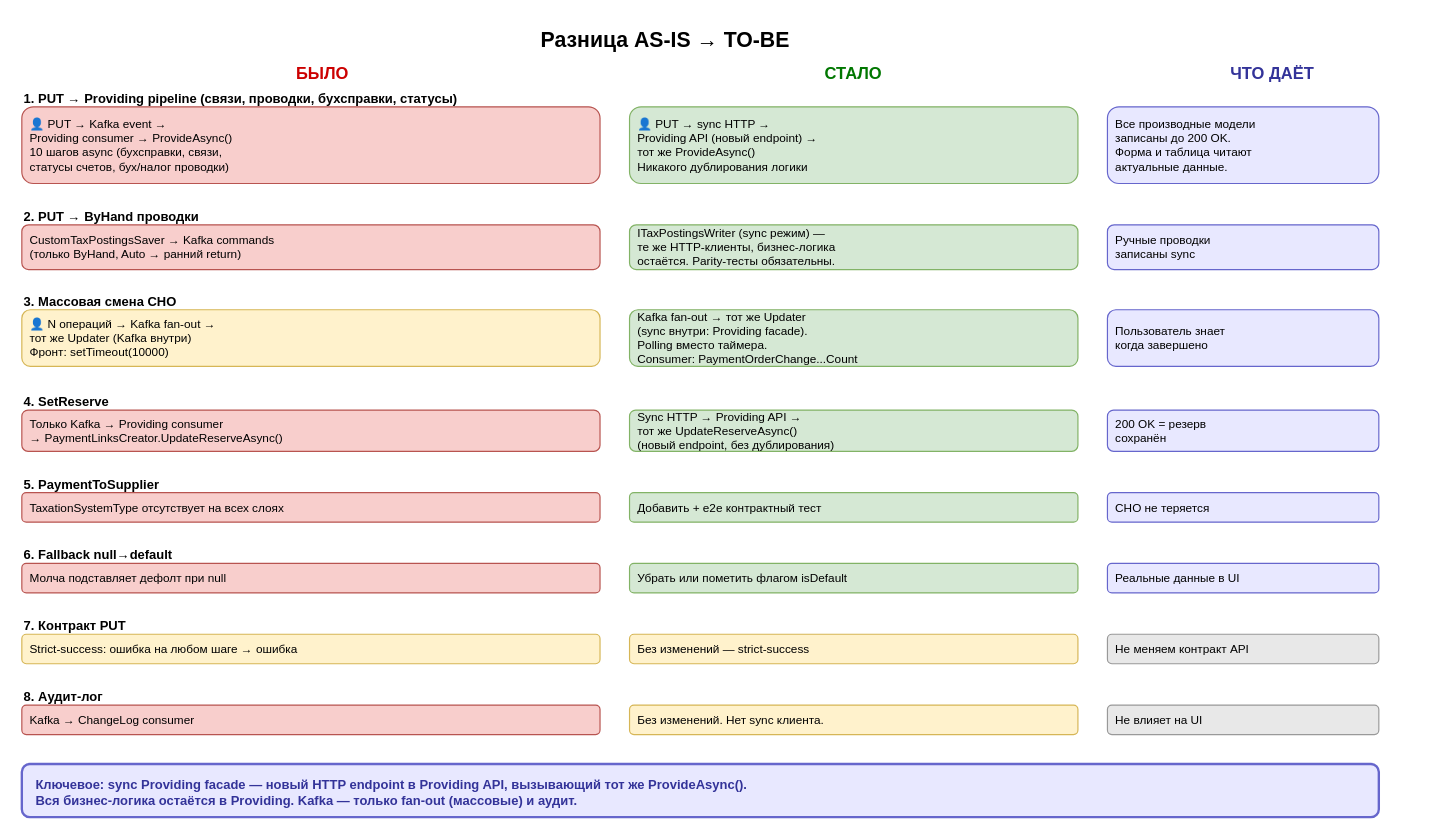
Earlier version of the draw.io diagram page "3. Разница" (3 of 3) of plan/plan-diagrams.drawio (lyrastra/TS-185695). Source tidied: cells renumbered, new cells numbered last; positions are measured from the earlier drawing's top-left corner, leaving out a move shared by most shapes. Both pictures are drawn from the tidied source at 118%, with x=0, y=0 at pixel (21, 20).
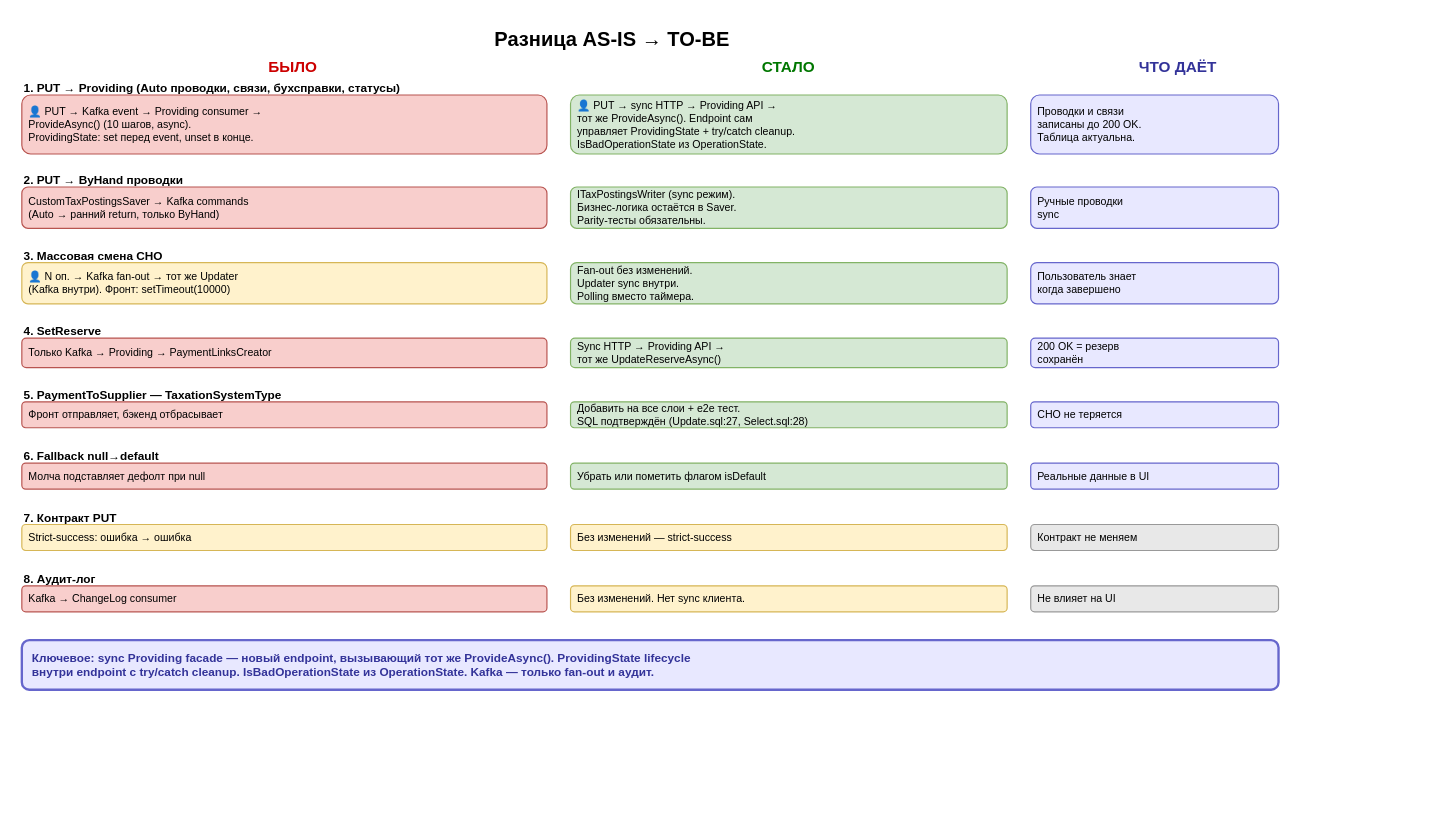
The same page after the edit.

Diff of the diagram source:
```diff
@@
-    <mxCell id="2" value="Разница AS-IS → TO-BE" style="text;html=1;align=center;fontSize=18;fontStyle=1;" parent="1" vertex="1">
-      <mxGeometry x="345" width="400" height="25" as="geometry" />
+    <mxCell id="2" value="Разница AS-IS → TO-BE" style="text;html=1;align=center;fontSize=17;fontStyle=1;" parent="1" vertex="1">
+      <mxGeometry x="325" width="350" height="22" as="geometry" />
     </mxCell>
-    <mxCell id="3" value="БЫЛО" style="text;align=center;fontSize=14;fontStyle=1;fontColor=#CC0000;" parent="1" vertex="1">
-      <mxGeometry x="25" y="30" width="460" height="18" as="geometry" />
+    <mxCell id="3" value="БЫЛО" style="text;align=center;fontSize=13;fontStyle=1;fontColor=#CC0000;" parent="1" vertex="1">
+      <mxGeometry x="15" y="25" width="430" height="16" as="geometry" />
     </mxCell>
-    <mxCell id="4" value="СТАЛО" style="text;align=center;fontSize=14;fontStyle=1;fontColor=#007700;" parent="1" vertex="1">
-      <mxGeometry x="525" y="30" width="360" height="18" as="geometry" />
+    <mxCell id="4" value="СТАЛО" style="text;align=center;fontSize=13;fontStyle=1;fontColor=#007700;" parent="1" vertex="1">
+      <mxGeometry x="475" y="25" width="350" height="16" as="geometry" />
     </mxCell>
-    <mxCell id="5" value="ЧТО ДАЁТ" style="text;align=center;fontSize=14;fontStyle=1;fontColor=#333399;" parent="1" vertex="1">
-      <mxGeometry x="935" y="30" width="250" height="18" as="geometry" />
+    <mxCell id="5" value="ЧТО ДАЁТ" style="text;align=center;fontSize=13;fontStyle=1;fontColor=#333399;" parent="1" vertex="1">
+      <mxGeometry x="865" y="25" width="230" height="16" as="geometry" />
     </mxCell>
-    <mxCell id="6" value="1. PUT → Providing pipeline (связи, проводки, бухсправки, статусы)" style="text;align=left;fontSize=11;fontStyle=1;" parent="1" vertex="1">
-      <mxGeometry y="53" width="500" height="16" as="geometry" />
+    <mxCell id="6" value="1. PUT → Providing (Auto проводки, связи, бухсправки, статусы)" style="text;align=left;fontSize=10;fontStyle=1;" parent="1" vertex="1">
+      <mxGeometry y="45" width="460" height="14" as="geometry" />
     </mxCell>
-    <mxCell id="7" value="👤 PUT → Kafka event →&#10;Providing consumer → ProvideAsync()&#10;10 шагов async (бухсправки, связи,&#10;статусы счетов, бух/налог проводки)" style="rounded=1;fillColor=#f8cecc;strokeColor=#b85450;fontSize=10;align=left;spacingLeft=5;" parent="1" vertex="1">
-      <mxGeometry y="73" width="490" height="65" as="geometry" />
+    <mxCell id="7" value="👤 PUT → Kafka event → Providing consumer →&#10;ProvideAsync() (10 шагов, async).&#10;ProvidingState: set перед event, unset в конце." style="rounded=1;fillColor=#f8cecc;strokeColor=#b85450;fontSize=9;align=left;spacingLeft=4;" parent="1" vertex="1">
+      <mxGeometry y="63" width="445" height="50" as="geometry" />
     </mxCell>
-    <mxCell id="8" value="👤 PUT → sync HTTP →&#10;Providing API (новый endpoint) →&#10;тот же ProvideAsync()&#10;Никакого дублирования логики" style="rounded=1;fillColor=#d5e8d4;strokeColor=#82b366;fontSize=10;align=left;spacingLeft=5;" parent="1" vertex="1">
-      <mxGeometry x="515" y="73" width="380" height="65" as="geometry" />
+    <mxCell id="8" value="👤 PUT → sync HTTP → Providing API →&#10;тот же ProvideAsync(). Endpoint сам&#10;управляет ProvidingState + try/catch cleanup.&#10;IsBadOperationState из OperationState." style="rounded=1;fillColor=#d5e8d4;strokeColor=#82b366;fontSize=9;align=left;spacingLeft=4;" parent="1" vertex="1">
+      <mxGeometry x="465" y="63" width="370" height="50" as="geometry" />
     </mxCell>
-    <mxCell id="9" value="Все производные модели&#10;записаны до 200 OK.&#10;Форма и таблица читают&#10;актуальные данные." style="rounded=1;fillColor=#E8E8FF;strokeColor=#6666CC;fontSize=10;align=left;spacingLeft=5;" parent="1" vertex="1">
-      <mxGeometry x="920" y="73" width="230" height="65" as="geometry" />
+    <mxCell id="9" value="Проводки и связи&#10;записаны до 200 OK.&#10;Таблица актуальна." style="rounded=1;fillColor=#E8E8FF;strokeColor=#6666CC;fontSize=9;align=left;spacingLeft=4;" parent="1" vertex="1">
+      <mxGeometry x="855" y="63" width="210" height="50" as="geometry" />
     </mxCell>
-    <mxCell id="10" value="2. PUT → ByHand проводки" style="text;align=left;fontSize=11;fontStyle=1;" parent="1" vertex="1">
-      <mxGeometry y="153" width="300" height="16" as="geometry" />
+    <mxCell id="10" value="2. PUT → ByHand проводки" style="text;align=left;fontSize=10;fontStyle=1;" parent="1" vertex="1">
+      <mxGeometry y="123" width="300" height="14" as="geometry" />
     </mxCell>
-    <mxCell id="11" value="CustomTaxPostingsSaver → Kafka commands&#10;(только ByHand, Auto → ранний return)" style="rounded=1;fillColor=#f8cecc;strokeColor=#b85450;fontSize=10;align=left;spacingLeft=5;" parent="1" vertex="1">
-      <mxGeometry y="173" width="490" height="38" as="geometry" />
+    <mxCell id="11" value="CustomTaxPostingsSaver → Kafka commands&#10;(Auto → ранний return, только ByHand)" style="rounded=1;fillColor=#f8cecc;strokeColor=#b85450;fontSize=9;align=left;spacingLeft=4;" parent="1" vertex="1">
+      <mxGeometry y="141" width="445" height="35" as="geometry" />
     </mxCell>
-    <mxCell id="12" value="ITaxPostingsWriter (sync режим) —&#10;те же HTTP-клиенты, бизнес-логика&#10;остаётся. Parity-тесты обязательны." style="rounded=1;fillColor=#d5e8d4;strokeColor=#82b366;fontSize=10;align=left;spacingLeft=5;" parent="1" vertex="1">
-      <mxGeometry x="515" y="173" width="380" height="38" as="geometry" />
+    <mxCell id="12" value="ITaxPostingsWriter (sync режим).&#10;Бизнес-логика остаётся в Saver.&#10;Parity-тесты обязательны." style="rounded=1;fillColor=#d5e8d4;strokeColor=#82b366;fontSize=9;align=left;spacingLeft=4;" parent="1" vertex="1">
+      <mxGeometry x="465" y="141" width="370" height="35" as="geometry" />
     </mxCell>
-    <mxCell id="13" value="Ручные проводки&#10;записаны sync" style="rounded=1;fillColor=#E8E8FF;strokeColor=#6666CC;fontSize=10;align=left;spacingLeft=5;" parent="1" vertex="1">
-      <mxGeometry x="920" y="173" width="230" height="38" as="geometry" />
+    <mxCell id="13" value="Ручные проводки&#10;sync" style="rounded=1;fillColor=#E8E8FF;strokeColor=#6666CC;fontSize=9;align=left;spacingLeft=4;" parent="1" vertex="1">
+      <mxGeometry x="855" y="141" width="210" height="35" as="geometry" />
     </mxCell>
-    <mxCell id="14" value="3. Массовая смена СНО" style="text;align=left;fontSize=11;fontStyle=1;" parent="1" vertex="1">
-      <mxGeometry y="225" width="300" height="16" as="geometry" />
+    <mxCell id="14" value="3. Массовая смена СНО" style="text;align=left;fontSize=10;fontStyle=1;" parent="1" vertex="1">
+      <mxGeometry y="187" width="300" height="14" as="geometry" />
     </mxCell>
-    <mxCell id="15" value="👤 N операций → Kafka fan-out →&#10;тот же Updater (Kafka внутри)&#10;Фронт: setTimeout(10000)" style="rounded=1;fillColor=#fff2cc;strokeColor=#d6b656;fontSize=10;align=left;spacingLeft=5;" parent="1" vertex="1">
-      <mxGeometry y="245" width="490" height="48" as="geometry" />
+    <mxCell id="15" value="👤 N оп. → Kafka fan-out → тот же Updater&#10;(Kafka внутри). Фронт: setTimeout(10000)" style="rounded=1;fillColor=#fff2cc;strokeColor=#d6b656;fontSize=9;align=left;spacingLeft=4;" parent="1" vertex="1">
+      <mxGeometry y="205" width="445" height="35" as="geometry" />
     </mxCell>
-    <mxCell id="16" value="Kafka fan-out → тот же Updater&#10;(sync внутри: Providing facade).&#10;Polling вместо таймера.&#10;Consumer: PaymentOrderChange...Count" style="rounded=1;fillColor=#d5e8d4;strokeColor=#82b366;fontSize=10;align=left;spacingLeft=5;" parent="1" vertex="1">
-      <mxGeometry x="515" y="245" width="380" height="48" as="geometry" />
+    <mxCell id="16" value="Fan-out без изменений.&#10;Updater sync внутри.&#10;Polling вместо таймера." style="rounded=1;fillColor=#d5e8d4;strokeColor=#82b366;fontSize=9;align=left;spacingLeft=4;" parent="1" vertex="1">
+      <mxGeometry x="465" y="205" width="370" height="35" as="geometry" />
     </mxCell>
-    <mxCell id="17" value="Пользователь знает&#10;когда завершено" style="rounded=1;fillColor=#E8E8FF;strokeColor=#6666CC;fontSize=10;align=left;spacingLeft=5;" parent="1" vertex="1">
-      <mxGeometry x="920" y="245" width="230" height="48" as="geometry" />
+    <mxCell id="17" value="Пользователь знает&#10;когда завершено" style="rounded=1;fillColor=#E8E8FF;strokeColor=#6666CC;fontSize=9;align=left;spacingLeft=4;" parent="1" vertex="1">
+      <mxGeometry x="855" y="205" width="210" height="35" as="geometry" />
     </mxCell>
-    <mxCell id="18" value="4. SetReserve" style="text;align=left;fontSize=11;fontStyle=1;" parent="1" vertex="1">
-      <mxGeometry y="310" width="300" height="16" as="geometry" />
+    <mxCell id="18" value="4. SetReserve" style="text;align=left;fontSize=10;fontStyle=1;" parent="1" vertex="1">
+      <mxGeometry y="251" width="300" height="14" as="geometry" />
     </mxCell>
-    <mxCell id="19" value="Только Kafka → Providing consumer&#10;→ PaymentLinksCreator.UpdateReserveAsync()" style="rounded=1;fillColor=#f8cecc;strokeColor=#b85450;fontSize=10;align=left;spacingLeft=5;" parent="1" vertex="1">
-      <mxGeometry y="330" width="490" height="35" as="geometry" />
+    <mxCell id="19" value="Только Kafka → Providing → PaymentLinksCreator" style="rounded=1;fillColor=#f8cecc;strokeColor=#b85450;fontSize=9;align=left;spacingLeft=4;" parent="1" vertex="1">
+      <mxGeometry y="269" width="445" height="25" as="geometry" />
     </mxCell>
-    <mxCell id="20" value="Sync HTTP → Providing API →&#10;тот же UpdateReserveAsync()&#10;(новый endpoint, без дублирования)" style="rounded=1;fillColor=#d5e8d4;strokeColor=#82b366;fontSize=10;align=left;spacingLeft=5;" parent="1" vertex="1">
-      <mxGeometry x="515" y="330" width="380" height="35" as="geometry" />
+    <mxCell id="20" value="Sync HTTP → Providing API →&#10;тот же UpdateReserveAsync()" style="rounded=1;fillColor=#d5e8d4;strokeColor=#82b366;fontSize=9;align=left;spacingLeft=4;" parent="1" vertex="1">
+      <mxGeometry x="465" y="269" width="370" height="25" as="geometry" />
     </mxCell>
-    <mxCell id="21" value="200 OK = резерв&#10;сохранён" style="rounded=1;fillColor=#E8E8FF;strokeColor=#6666CC;fontSize=10;align=left;spacingLeft=5;" parent="1" vertex="1">
-      <mxGeometry x="920" y="330" width="230" height="35" as="geometry" />
+    <mxCell id="21" value="200 OK = резерв&#10;сохранён" style="rounded=1;fillColor=#E8E8FF;strokeColor=#6666CC;fontSize=9;align=left;spacingLeft=4;" parent="1" vertex="1">
+      <mxGeometry x="855" y="269" width="210" height="25" as="geometry" />
     </mxCell>
-    <mxCell id="22" value="5. PaymentToSupplier" style="text;align=left;fontSize=11;fontStyle=1;" parent="1" vertex="1">
-      <mxGeometry y="380" width="300" height="16" as="geometry" />
+    <mxCell id="22" value="5. PaymentToSupplier — TaxationSystemType" style="text;align=left;fontSize=10;fontStyle=1;" parent="1" vertex="1">
+      <mxGeometry y="305" width="350" height="14" as="geometry" />
     </mxCell>
-    <mxCell id="23" value="TaxationSystemType отсутствует на всех слоях" style="rounded=1;fillColor=#f8cecc;strokeColor=#b85450;fontSize=10;align=left;spacingLeft=5;" parent="1" vertex="1">
-      <mxGeometry y="400" width="490" height="25" as="geometry" />
+    <mxCell id="23" value="Фронт отправляет, бэкенд отбрасывает" style="rounded=1;fillColor=#f8cecc;strokeColor=#b85450;fontSize=9;align=left;spacingLeft=4;" parent="1" vertex="1">
+      <mxGeometry y="323" width="445" height="22" as="geometry" />
     </mxCell>
-    <mxCell id="24" value="Добавить + e2e контрактный тест" style="rounded=1;fillColor=#d5e8d4;strokeColor=#82b366;fontSize=10;align=left;spacingLeft=5;" parent="1" vertex="1">
-      <mxGeometry x="515" y="400" width="380" height="25" as="geometry" />
+    <mxCell id="24" value="Добавить на все слои + e2e тест.&#10;SQL подтверждён (Update.sql:27, Select.sql:28)" style="rounded=1;fillColor=#d5e8d4;strokeColor=#82b366;fontSize=9;align=left;spacingLeft=4;" parent="1" vertex="1">
+      <mxGeometry x="465" y="323" width="370" height="22" as="geometry" />
     </mxCell>
-    <mxCell id="25" value="СНО не теряется" style="rounded=1;fillColor=#E8E8FF;strokeColor=#6666CC;fontSize=10;align=left;spacingLeft=5;" parent="1" vertex="1">
-      <mxGeometry x="920" y="400" width="230" height="25" as="geometry" />
+    <mxCell id="25" value="СНО не теряется" style="rounded=1;fillColor=#E8E8FF;strokeColor=#6666CC;fontSize=9;align=left;spacingLeft=4;" parent="1" vertex="1">
+      <mxGeometry x="855" y="323" width="210" height="22" as="geometry" />
     </mxCell>
-    <mxCell id="26" value="6. Fallback null→default" style="text;align=left;fontSize=11;fontStyle=1;" parent="1" vertex="1">
-      <mxGeometry y="440" width="300" height="16" as="geometry" />
+    <mxCell id="26" value="6. Fallback null→default" style="text;align=left;fontSize=10;fontStyle=1;" parent="1" vertex="1">
+      <mxGeometry y="357" width="300" height="14" as="geometry" />
     </mxCell>
-    <mxCell id="27" value="Молча подставляет дефолт при null" style="rounded=1;fillColor=#f8cecc;strokeColor=#b85450;fontSize=10;align=left;spacingLeft=5;" parent="1" vertex="1">
-      <mxGeometry y="460" width="490" height="25" as="geometry" />
+    <mxCell id="27" value="Молча подставляет дефолт при null" style="rounded=1;fillColor=#f8cecc;strokeColor=#b85450;fontSize=9;align=left;spacingLeft=4;" parent="1" vertex="1">
+      <mxGeometry y="375" width="445" height="22" as="geometry" />
     </mxCell>
-    <mxCell id="28" value="Убрать или пометить флагом isDefault" style="rounded=1;fillColor=#d5e8d4;strokeColor=#82b366;fontSize=10;align=left;spacingLeft=5;" parent="1" vertex="1">
-      <mxGeometry x="515" y="460" width="380" height="25" as="geometry" />
+    <mxCell id="28" value="Убрать или пометить флагом isDefault" style="rounded=1;fillColor=#d5e8d4;strokeColor=#82b366;fontSize=9;align=left;spacingLeft=4;" parent="1" vertex="1">
+      <mxGeometry x="465" y="375" width="370" height="22" as="geometry" />
     </mxCell>
-    <mxCell id="29" value="Реальные данные в UI" style="rounded=1;fillColor=#E8E8FF;strokeColor=#6666CC;fontSize=10;align=left;spacingLeft=5;" parent="1" vertex="1">
-      <mxGeometry x="920" y="460" width="230" height="25" as="geometry" />
+    <mxCell id="29" value="Реальные данные в UI" style="rounded=1;fillColor=#E8E8FF;strokeColor=#6666CC;fontSize=9;align=left;spacingLeft=4;" parent="1" vertex="1">
+      <mxGeometry x="855" y="375" width="210" height="22" as="geometry" />
     </mxCell>
-    <mxCell id="30" value="7. Контракт PUT" style="text;align=left;fontSize=11;fontStyle=1;" parent="1" vertex="1">
-      <mxGeometry y="500" width="300" height="16" as="geometry" />
+    <mxCell id="30" value="7. Контракт PUT" style="text;align=left;fontSize=10;fontStyle=1;" parent="1" vertex="1">
+      <mxGeometry y="409" width="300" height="14" as="geometry" />
     </mxCell>
-    <mxCell id="31" value="Strict-success: ошибка на любом шаге → ошибка" style="rounded=1;fillColor=#fff2cc;strokeColor=#d6b656;fontSize=10;align=left;spacingLeft=5;" parent="1" vertex="1">
-      <mxGeometry y="520" width="490" height="25" as="geometry" />
+    <mxCell id="31" value="Strict-success: ошибка → ошибка" style="rounded=1;fillColor=#fff2cc;strokeColor=#d6b656;fontSize=9;align=left;spacingLeft=4;" parent="1" vertex="1">
+      <mxGeometry y="427" width="445" height="22" as="geometry" />
     </mxCell>
-    <mxCell id="32" value="Без изменений — strict-success" style="rounded=1;fillColor=#fff2cc;strokeColor=#d6b656;fontSize=10;align=left;spacingLeft=5;" parent="1" vertex="1">
-      <mxGeometry x="515" y="520" width="380" height="25" as="geometry" />
+    <mxCell id="32" value="Без изменений — strict-success" style="rounded=1;fillColor=#fff2cc;strokeColor=#d6b656;fontSize=9;align=left;spacingLeft=4;" parent="1" vertex="1">
+      <mxGeometry x="465" y="427" width="370" height="22" as="geometry" />
     </mxCell>
-    <mxCell id="33" value="Не меняем контракт API" style="rounded=1;fillColor=#E8E8E8;strokeColor=#999;fontSize=10;align=left;spacingLeft=5;" parent="1" vertex="1">
-      <mxGeometry x="920" y="520" width="230" height="25" as="geometry" />
+    <mxCell id="33" value="Контракт не меняем" style="rounded=1;fillColor=#E8E8E8;strokeColor=#999;fontSize=9;align=left;spacingLeft=4;" parent="1" vertex="1">
+      <mxGeometry x="855" y="427" width="210" height="22" as="geometry" />
     </mxCell>
-    <mxCell id="34" value="8. Аудит-лог" style="text;align=left;fontSize=11;fontStyle=1;" parent="1" vertex="1">
-      <mxGeometry y="560" width="300" height="16" as="geometry" />
+    <mxCell id="34" value="8. Аудит-лог" style="text;align=left;fontSize=10;fontStyle=1;" parent="1" vertex="1">
+      <mxGeometry y="461" width="300" height="14" as="geometry" />
     </mxCell>
-    <mxCell id="35" value="Kafka → ChangeLog consumer" style="rounded=1;fillColor=#f8cecc;strokeColor=#b85450;fontSize=10;align=left;spacingLeft=5;" parent="1" vertex="1">
-      <mxGeometry y="580" width="490" height="25" as="geometry" />
+    <mxCell id="35" value="Kafka → ChangeLog consumer" style="rounded=1;fillColor=#f8cecc;strokeColor=#b85450;fontSize=9;align=left;spacingLeft=4;" parent="1" vertex="1">
+      <mxGeometry y="479" width="445" height="22" as="geometry" />
     </mxCell>
-    <mxCell id="36" value="Без изменений. Нет sync клиента." style="rounded=1;fillColor=#fff2cc;strokeColor=#d6b656;fontSize=10;align=left;spacingLeft=5;" parent="1" vertex="1">
-      <mxGeometry x="515" y="580" width="380" height="25" as="geometry" />
+    <mxCell id="36" value="Без изменений. Нет sync клиента." style="rounded=1;fillColor=#fff2cc;strokeColor=#d6b656;fontSize=9;align=left;spacingLeft=4;" parent="1" vertex="1">
+      <mxGeometry x="465" y="479" width="370" height="22" as="geometry" />
     </mxCell>
-    <mxCell id="37" value="Не влияет на UI" style="rounded=1;fillColor=#E8E8E8;strokeColor=#999;fontSize=10;align=left;spacingLeft=5;" parent="1" vertex="1">
-      <mxGeometry x="920" y="580" width="230" height="25" as="geometry" />
+    <mxCell id="37" value="Не влияет на UI" style="rounded=1;fillColor=#E8E8E8;strokeColor=#999;fontSize=9;align=left;spacingLeft=4;" parent="1" vertex="1">
+      <mxGeometry x="855" y="479" width="210" height="22" as="geometry" />
     </mxCell>
     <mxCell id="38" style="rounded=1;fillColor=#E8E8FF;strokeColor=#6666CC;strokeWidth=2;" parent="1" vertex="1">
-      <mxGeometry y="630" width="1150" height="45" as="geometry" />
+      <mxGeometry y="525" width="1065" height="42" as="geometry" />
     </mxCell>
-    <mxCell id="39" value="Ключевое: sync Providing facade — новый HTTP endpoint в Providing API, вызывающий тот же ProvideAsync().&#10;Вся бизнес-логика остаётся в Providing. Kafka — только fan-out (массовые) и аудит." style="text;align=left;fontSize=11;fontColor=#333399;fontStyle=1;" parent="1" vertex="1">
-      <mxGeometry x="10" y="635" width="1130" height="35" as="geometry" />
+    <mxCell id="39" value="Ключевое: sync Providing facade — новый endpoint, вызывающий тот же ProvideAsync(). ProvidingState lifecycle&#10;внутри endpoint с try/catch cleanup. IsBadOperationState из OperationState. Kafka — только fan-out и аудит." style="text;align=left;fontSize=10;fontColor=#333399;fontStyle=1;" parent="1" vertex="1">
+      <mxGeometry x="7" y="528" width="1050" height="35" as="geometry" />
     </mxCell>
```
